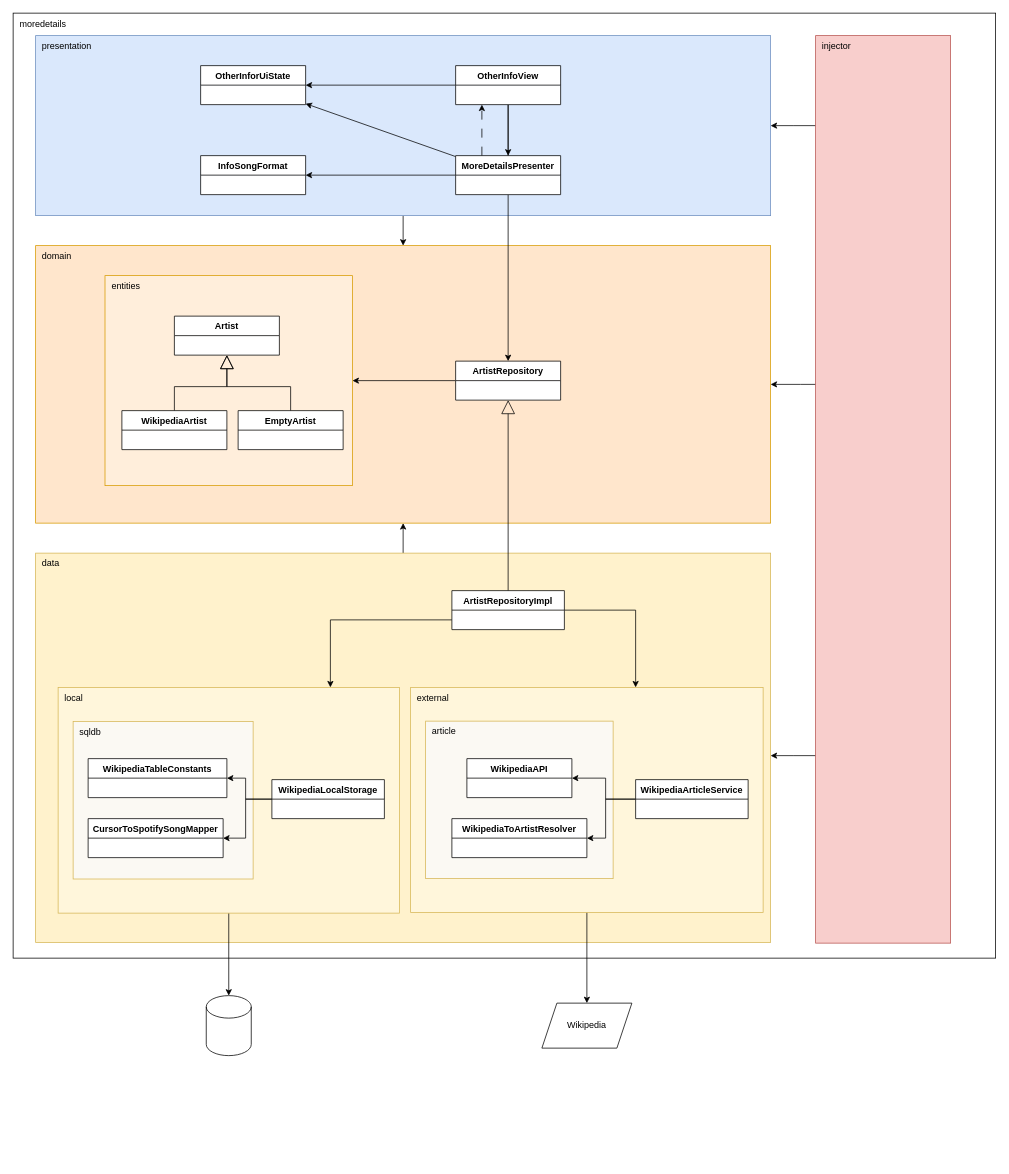
Above: docs/more-details_classes_diagram.drawio in elagarrigue/AyDS23-Winchester1 (draw.io), before the change. Source tidied: cells renumbered, new cells numbered last; positions are measured from the earlier drawing's top-left corner, leaving out a move shared by most shapes. Both pictures are drawn from the tidied source at 75%, with x=0, y=0 at pixel (13, 13).
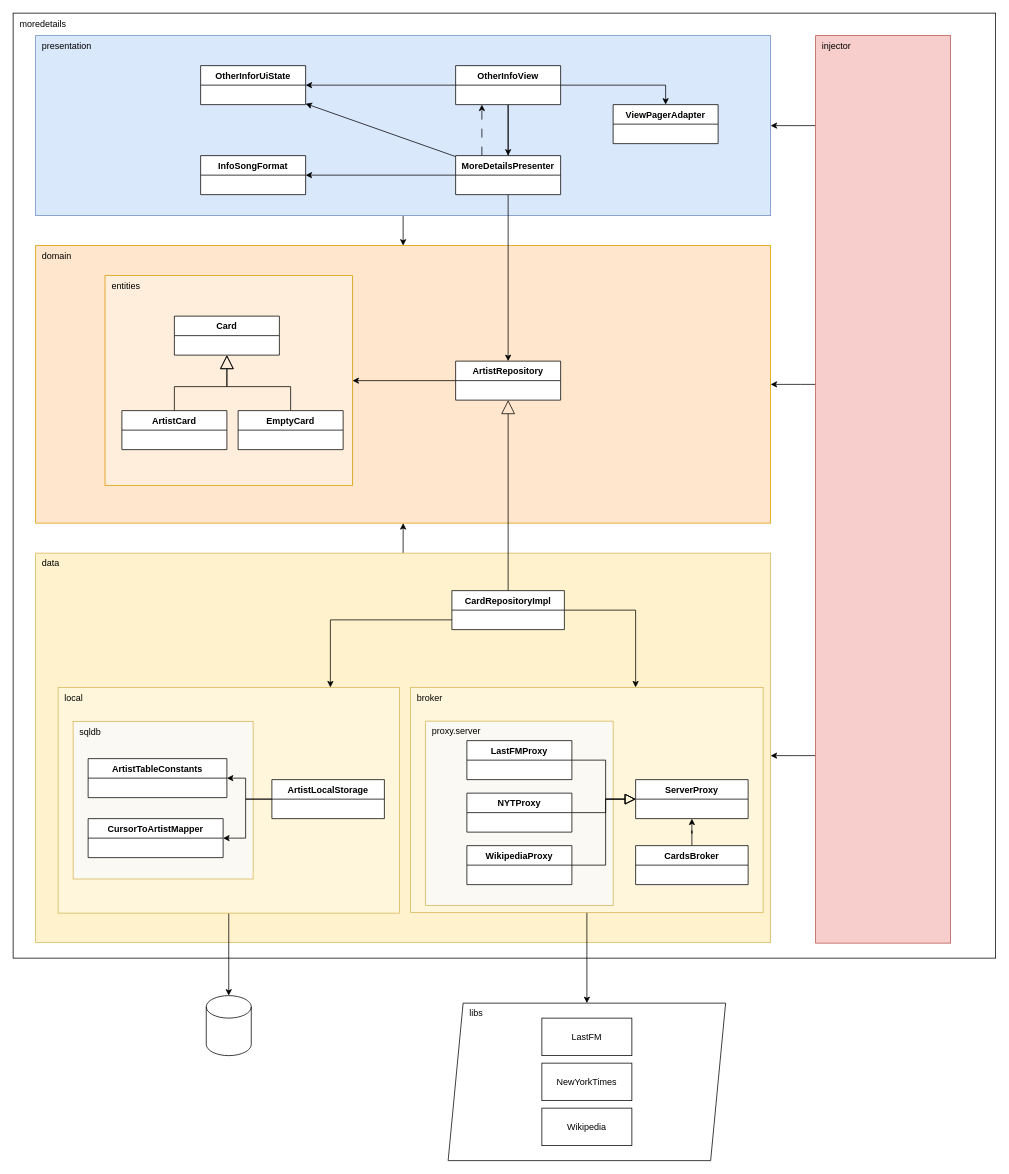
After the change.

Commit message (it also covers changes not shown here):
Actualizado diagrama de clases

The change refers to these unchanged cells:
```xml
<mxCell id="53" value="OtherInfoView" style="swimlane;fontStyle=1;align=center;verticalAlign=top;horizontal=1;startSize=26;whiteSpace=wrap;html=1;swimlaneFillColor=default;" parent="1" vertex="1">
  <mxGeometry x="590" y="70" width="140" height="52" as="geometry" />
</mxCell>
```

The edit, as a diff of the source:
```diff
@@
-    <mxCell id="12" value="&amp;nbsp; external" style="rounded=0;whiteSpace=wrap;html=1;align=left;verticalAlign=top;fillColor=#fff6db;strokeColor=#d6b656;" parent="1" vertex="1">
+    <mxCell id="12" value="&amp;nbsp; broker" style="rounded=0;whiteSpace=wrap;html=1;align=left;verticalAlign=top;fillColor=#fff6db;strokeColor=#d6b656;" parent="1" vertex="1">
       <mxGeometry x="530" y="899" width="470" height="300" as="geometry" />
     </mxCell>
-    <mxCell id="13" value="&amp;nbsp; article" style="rounded=0;whiteSpace=wrap;html=1;align=left;verticalAlign=top;fillColor=#fbf9f3;strokeColor=#d6b656;" parent="1" vertex="1">
-      <mxGeometry x="550" y="944" width="250" height="210" as="geometry" />
+    <mxCell id="13" value="&amp;nbsp; proxy.server" style="rounded=0;whiteSpace=wrap;html=1;align=left;verticalAlign=top;fillColor=#fbf9f3;strokeColor=#d6b656;" parent="1" vertex="1">
+      <mxGeometry x="550" y="944" width="250" height="246" as="geometry" />
     </mxCell>
+    <mxCell id="54" style="edgeStyle=orthogonalEdgeStyle;rounded=0;jettySize=auto;html=1;endArrow=block;endFill=0;endSize=12;" parent="1" edge="1" source="14" target="17">
+      <mxGeometry relative="1" as="geometry">
+        <Array as="points">
+          <mxPoint x="790" y="996" />
+          <mxPoint x="790" y="1048" />
+        </Array>
+      </mxGeometry>
+    </mxCell>
-    <mxCell id="14" value="WikipediaAPI" style="swimlane;fontStyle=1;align=center;verticalAlign=top;horizontal=1;startSize=26;whiteSpace=wrap;html=1;swimlaneFillColor=default;" parent="1" vertex="1">
-      <mxGeometry x="605" y="994" width="140" height="52" as="geometry" />
+    <mxCell id="14" value="LastFMProxy" style="swimlane;fontStyle=1;align=center;verticalAlign=top;horizontal=1;startSize=26;whiteSpace=wrap;html=1;swimlaneFillColor=default;" parent="1" vertex="1">
+      <mxGeometry x="605" y="970" width="140" height="52" as="geometry" />
     </mxCell>
+    <mxCell id="55" style="edgeStyle=orthogonalEdgeStyle;rounded=0;jettySize=auto;html=1;endArrow=block;endFill=0;startSize=6;endSize=12;" parent="1" edge="1" source="15" target="17">
+      <mxGeometry relative="1" as="geometry">
+        <Array as="points">
+          <mxPoint x="790" y="1066" />
+          <mxPoint x="790" y="1048" />
+        </Array>
+      </mxGeometry>
+    </mxCell>
-    <mxCell id="15" value="WikipediaToArtistResolver" style="swimlane;fontStyle=1;align=center;verticalAlign=top;horizontal=1;startSize=26;whiteSpace=wrap;html=1;swimlaneFillColor=default;" parent="1" vertex="1">
-      <mxGeometry x="585" y="1074" width="180" height="52" as="geometry" />
+    <mxCell id="15" value="NYTProxy" style="swimlane;fontStyle=1;align=center;verticalAlign=top;horizontal=1;startSize=26;whiteSpace=wrap;html=1;swimlaneFillColor=default;" parent="1" vertex="1">
+      <mxGeometry x="605" y="1040" width="140" height="52" as="geometry" />
     </mxCell>
-    <mxCell id="16" style="edgeStyle=orthogonalEdgeStyle;rounded=0;jettySize=auto;html=1;entryX=1;entryY=0.5;entryDx=0;entryDy=0;exitX=0;exitY=0.5;exitDx=0;exitDy=0;" parent="1" edge="1" source="17" target="14">
-      <mxGeometry relative="1" as="geometry">
-        <Array as="points">
-          <mxPoint x="790" y="1048" />
-          <mxPoint x="790" y="1020" />
-        </Array>
-      </mxGeometry>
-    </mxCell>
-    <mxCell id="17" value="WikipediaArticleService" style="swimlane;fontStyle=1;align=center;verticalAlign=top;horizontal=1;startSize=26;whiteSpace=wrap;html=1;labelBackgroundColor=none;rounded=0;shadow=0;glass=0;gradientColor=none;swimlaneFillColor=default;" parent="1" vertex="1">
+    <mxCell id="17" value="ServerProxy" style="swimlane;fontStyle=1;align=center;verticalAlign=top;horizontal=1;startSize=26;whiteSpace=wrap;html=1;labelBackgroundColor=none;rounded=0;shadow=0;glass=0;gradientColor=none;swimlaneFillColor=default;" parent="1" vertex="1">
       <mxGeometry x="830" y="1022" width="150" height="52" as="geometry" />
     </mxCell>
-    <mxCell id="18" value="WikipediaLocalStorage" style="swimlane;fontStyle=1;align=center;verticalAlign=top;horizontal=1;startSize=26;whiteSpace=wrap;html=1;swimlaneFillColor=default;" parent="1" vertex="1">
+    <mxCell id="18" value="ArtistLocalStorage" style="swimlane;fontStyle=1;align=center;verticalAlign=top;horizontal=1;startSize=26;whiteSpace=wrap;html=1;swimlaneFillColor=default;" parent="1" vertex="1">
       <mxGeometry x="345" y="1022" width="150" height="52" as="geometry" />
     </mxCell>
@@
-    <mxCell id="21" value="WikipediaArtist" style="swimlane;fontStyle=1;align=center;verticalAlign=top;horizontal=1;startSize=26;whiteSpace=wrap;html=1;swimlaneFillColor=default;" parent="1" vertex="1">
+    <mxCell id="21" value="ArtistCard" style="swimlane;fontStyle=1;align=center;verticalAlign=top;horizontal=1;startSize=26;whiteSpace=wrap;html=1;swimlaneFillColor=default;" parent="1" vertex="1">
       <mxGeometry x="145" y="530" width="140" height="52" as="geometry" />
     </mxCell>
@@
-    <mxCell id="36" value="ArtistRepositoryImpl" style="swimlane;fontStyle=1;align=center;verticalAlign=top;horizontal=1;startSize=26;whiteSpace=wrap;html=1;swimlaneFillColor=default;" parent="1" vertex="1">
+    <mxCell id="36" value="CardRepositoryImpl" style="swimlane;fontStyle=1;align=center;verticalAlign=top;horizontal=1;startSize=26;whiteSpace=wrap;html=1;swimlaneFillColor=default;" parent="1" vertex="1">
       <mxGeometry x="585" y="770" width="150" height="52" as="geometry" />
     </mxCell>
@@
-    <mxCell id="42" value="Wikipedia" style="shape=parallelogram;perimeter=parallelogramPerimeter;whiteSpace=wrap;html=1;fixedSize=1;" parent="1" vertex="1">
-      <mxGeometry x="705" y="1320" width="120" height="60" as="geometry" />
+    <mxCell id="42" value="&amp;nbsp; &amp;nbsp; &amp;nbsp; &amp;nbsp; libs" style="shape=parallelogram;perimeter=parallelogramPerimeter;whiteSpace=wrap;html=1;fixedSize=1;align=left;verticalAlign=top;" parent="1" vertex="1">
+      <mxGeometry x="580" y="1320" width="370" height="210" as="geometry" />
     </mxCell>
-    <mxCell id="43" value="Artist" style="swimlane;fontStyle=1;align=center;verticalAlign=top;horizontal=1;startSize=26;whiteSpace=wrap;html=1;swimlaneFillColor=default;" parent="1" vertex="1">
+    <mxCell id="43" value="Card" style="swimlane;fontStyle=1;align=center;verticalAlign=top;horizontal=1;startSize=26;whiteSpace=wrap;html=1;swimlaneFillColor=default;" parent="1" vertex="1">
       <mxGeometry x="215" y="404" width="140" height="52" as="geometry" />
     </mxCell>
@@
-    <mxCell id="45" value="EmptyArtist" style="swimlane;fontStyle=1;align=center;verticalAlign=top;horizontal=1;startSize=26;whiteSpace=wrap;html=1;swimlaneFillColor=default;" parent="1" vertex="1">
+    <mxCell id="45" value="EmptyCard" style="swimlane;fontStyle=1;align=center;verticalAlign=top;horizontal=1;startSize=26;whiteSpace=wrap;html=1;swimlaneFillColor=default;" parent="1" vertex="1">
       <mxGeometry x="300" y="530" width="140" height="52" as="geometry" />
     </mxCell>
-    <mxCell id="46" style="endArrow=classic;html=1;rounded=0;exitX=0;exitY=0.5;exitDx=0;exitDy=0;entryX=1;entryY=0.5;entryDx=0;entryDy=0;edgeStyle=orthogonalEdgeStyle;" parent="1" edge="1" source="17" target="15">
-      <mxGeometry relative="1" as="geometry">
-        <Array as="points">
-          <mxPoint x="790" y="1048" />
-          <mxPoint x="790" y="1100" />
-        </Array>
-      </mxGeometry>
-    </mxCell>
@@
-    <mxCell id="48" value="WikipediaTableConstants" style="swimlane;fontStyle=1;align=center;verticalAlign=top;horizontal=1;startSize=26;whiteSpace=wrap;html=1;swimlaneFillColor=default;" parent="1" vertex="1">
+    <mxCell id="48" value="ArtistTableConstants" style="swimlane;fontStyle=1;align=center;verticalAlign=top;horizontal=1;startSize=26;whiteSpace=wrap;html=1;swimlaneFillColor=default;" parent="1" vertex="1">
       <mxGeometry x="100" y="994" width="185" height="52" as="geometry" />
     </mxCell>
-    <mxCell id="49" value="CursorToSpotifySongMapper" style="swimlane;fontStyle=1;align=center;verticalAlign=top;horizontal=1;startSize=26;whiteSpace=wrap;html=1;swimlaneFillColor=default;" parent="1" vertex="1">
+    <mxCell id="49" value="CursorToArtistMapper" style="swimlane;fontStyle=1;align=center;verticalAlign=top;horizontal=1;startSize=26;whiteSpace=wrap;html=1;swimlaneFillColor=default;" parent="1" vertex="1">
       <mxGeometry x="100" y="1074" width="180" height="52" as="geometry" />
     </mxCell>
@@
+    <mxCell id="56" style="edgeStyle=orthogonalEdgeStyle;rounded=0;jettySize=auto;html=1;" parent="1" edge="1" source="53" target="64">
+      <mxGeometry relative="1" as="geometry">
+        <Array as="points">
+          <mxPoint x="870" y="96" />
+        </Array>
+      </mxGeometry>
+    </mxCell>
@@
+    <mxCell id="57" style="edgeStyle=orthogonalEdgeStyle;rounded=0;jettySize=auto;html=1;" parent="1" edge="1" source="58" target="17">
+      <mxGeometry relative="1" as="geometry" />
+    </mxCell>
+    <mxCell id="58" value="CardsBroker" style="swimlane;fontStyle=1;align=center;verticalAlign=top;horizontal=1;startSize=26;whiteSpace=wrap;html=1;labelBackgroundColor=none;rounded=0;shadow=0;glass=0;gradientColor=none;swimlaneFillColor=default;" parent="1" vertex="1">
+      <mxGeometry x="830" y="1110" width="150" height="52" as="geometry" />
+    </mxCell>
+    <mxCell id="59" style="edgeStyle=orthogonalEdgeStyle;rounded=0;jettySize=auto;html=1;endArrow=block;endFill=0;endSize=12;" parent="1" edge="1" source="60" target="17">
+      <mxGeometry relative="1" as="geometry">
+        <Array as="points">
+          <mxPoint x="790" y="1136" />
+          <mxPoint x="790" y="1048" />
+        </Array>
+      </mxGeometry>
+    </mxCell>
+    <mxCell id="60" value="WikipediaProxy" style="swimlane;fontStyle=1;align=center;verticalAlign=top;horizontal=1;startSize=26;whiteSpace=wrap;html=1;swimlaneFillColor=default;" parent="1" vertex="1">
+      <mxGeometry x="605" y="1110" width="140" height="52" as="geometry" />
+    </mxCell>
+    <mxCell id="61" value="Wikipedia" style="rounded=0;whiteSpace=wrap;html=1;" parent="1" vertex="1">
+      <mxGeometry x="705" y="1460" width="120" height="50" as="geometry" />
+    </mxCell>
+    <mxCell id="62" value="NewYorkTimes" style="rounded=0;whiteSpace=wrap;html=1;" parent="1" vertex="1">
+      <mxGeometry x="705" y="1400" width="120" height="50" as="geometry" />
+    </mxCell>
+    <mxCell id="63" value="LastFM" style="rounded=0;whiteSpace=wrap;html=1;" parent="1" vertex="1">
+      <mxGeometry x="705" y="1340" width="120" height="50" as="geometry" />
+    </mxCell>
+    <mxCell id="64" value="ViewPagerAdapter" style="swimlane;fontStyle=1;align=center;verticalAlign=top;horizontal=1;startSize=26;whiteSpace=wrap;html=1;swimlaneFillColor=default;" parent="1" vertex="1">
+      <mxGeometry x="800" y="122" width="140" height="52" as="geometry" />
+    </mxCell>
```
